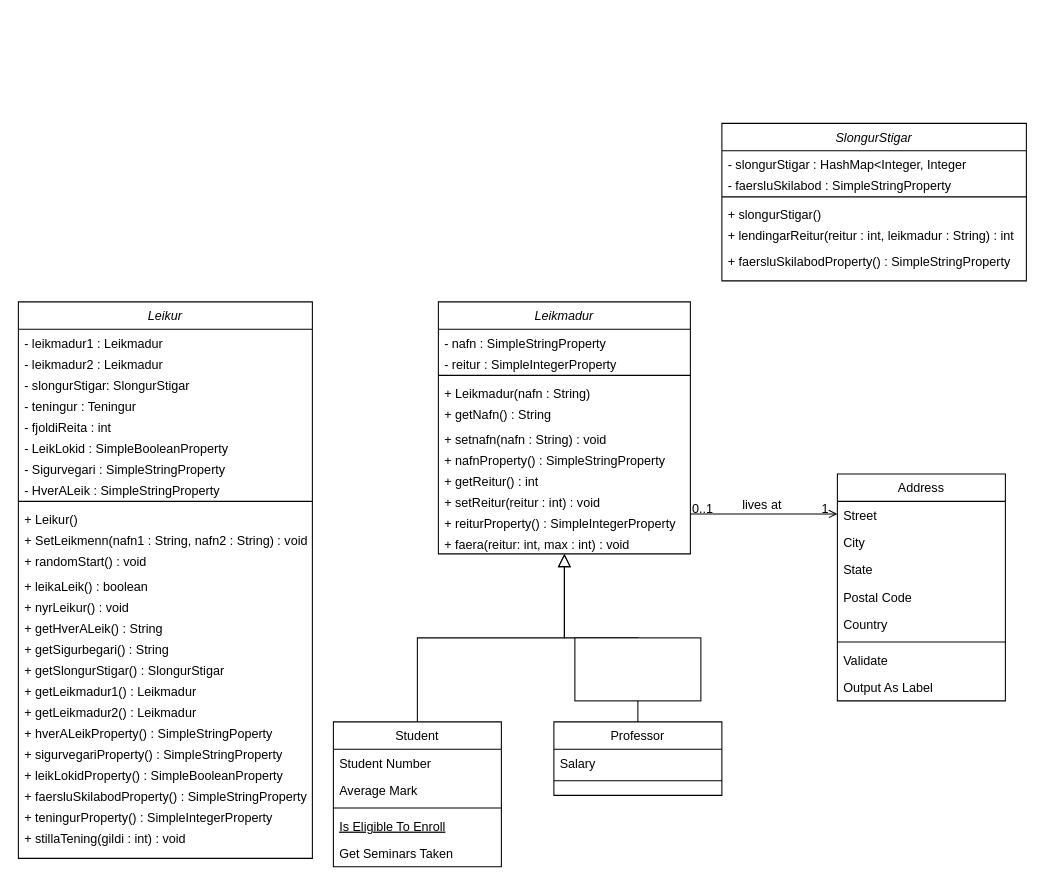
andreaei/Final_project keeps this draw.io diagram as UML.drawio. Above is the earlier version. Source tidied: cells renumbered, new cells numbered last; positions are measured from the earlier drawing's top-left corner, leaving out a move shared by most shapes. Both pictures are drawn from the tidied source at 105%, with x=0, y=0 at pixel (18, 123).
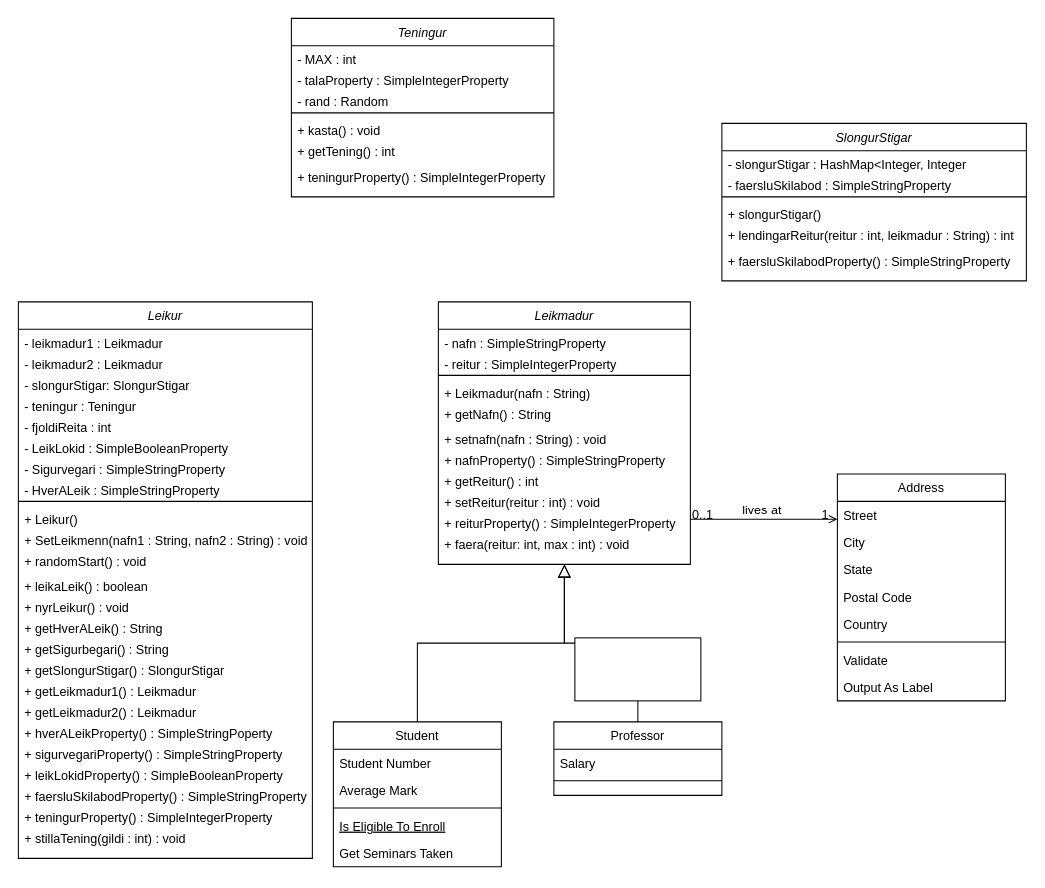
The same page after the edit.

Diff of the diagram source:
```diff
@@
     <mxCell id="2" value="Leikmadur" style="swimlane;fontStyle=2;align=center;verticalAlign=top;horizontal=1;startSize=26;rounded=0;shadow=0;strokeWidth=1;" parent="1" vertex="1">
-      <mxGeometry x="400" y="170" width="240" height="240" as="geometry" />
+      <mxGeometry x="400" y="170" width="240" height="250" as="geometry" />
     </mxCell>
@@
+    <mxCell id="72" value="Teningur" style="swimlane;fontStyle=2;align=center;verticalAlign=top;horizontal=1;startSize=26;rounded=0;shadow=0;strokeWidth=1;" parent="1" vertex="1">
+      <mxGeometry x="260" y="-100" width="250" height="170" as="geometry" />
+    </mxCell>
+    <mxCell id="73" value="- MAX : int" style="text;align=left;verticalAlign=top;spacingLeft=4;spacingRight=4;overflow=hidden;" parent="72" vertex="1">
+      <mxGeometry y="26" width="250" height="20" as="geometry" />
+    </mxCell>
+    <mxCell id="74" value="- talaProperty : SimpleIntegerProperty" style="text;align=left;verticalAlign=top;spacingLeft=4;spacingRight=4;overflow=hidden;rounded=0;shadow=0;html=0;" parent="72" vertex="1">
+      <mxGeometry y="46" width="250" height="20" as="geometry" />
+    </mxCell>
+    <mxCell id="75" value="- rand : Random" style="text;align=left;verticalAlign=top;spacingLeft=4;spacingRight=4;overflow=hidden;" parent="72" vertex="1">
+      <mxGeometry y="66" width="250" height="20" as="geometry" />
+    </mxCell>
+    <mxCell id="76" style="line;html=1;strokeWidth=1;align=left;verticalAlign=middle;spacingTop=-1;spacingLeft=3;spacingRight=3;labelPosition=right;" parent="72" vertex="1">
+      <mxGeometry y="86" width="250" height="8" as="geometry" />
+    </mxCell>
+    <mxCell id="77" value="+ kasta() : void" style="text;align=left;verticalAlign=top;spacingLeft=4;spacingRight=4;overflow=hidden;" parent="72" vertex="1">
+      <mxGeometry y="94" width="250" height="20" as="geometry" />
+    </mxCell>
+    <mxCell id="78" value="+ getTening() : int" style="text;align=left;verticalAlign=top;spacingLeft=4;spacingRight=4;overflow=hidden;" parent="72" vertex="1">
+      <mxGeometry y="114" width="250" height="24" as="geometry" />
+    </mxCell>
+    <mxCell id="79" value="+ teningurProperty() : SimpleIntegerProperty" style="text;align=left;verticalAlign=top;spacingLeft=4;spacingRight=4;overflow=hidden;" parent="72" vertex="1">
+      <mxGeometry y="138" width="250" height="20" as="geometry" />
+    </mxCell>
```
